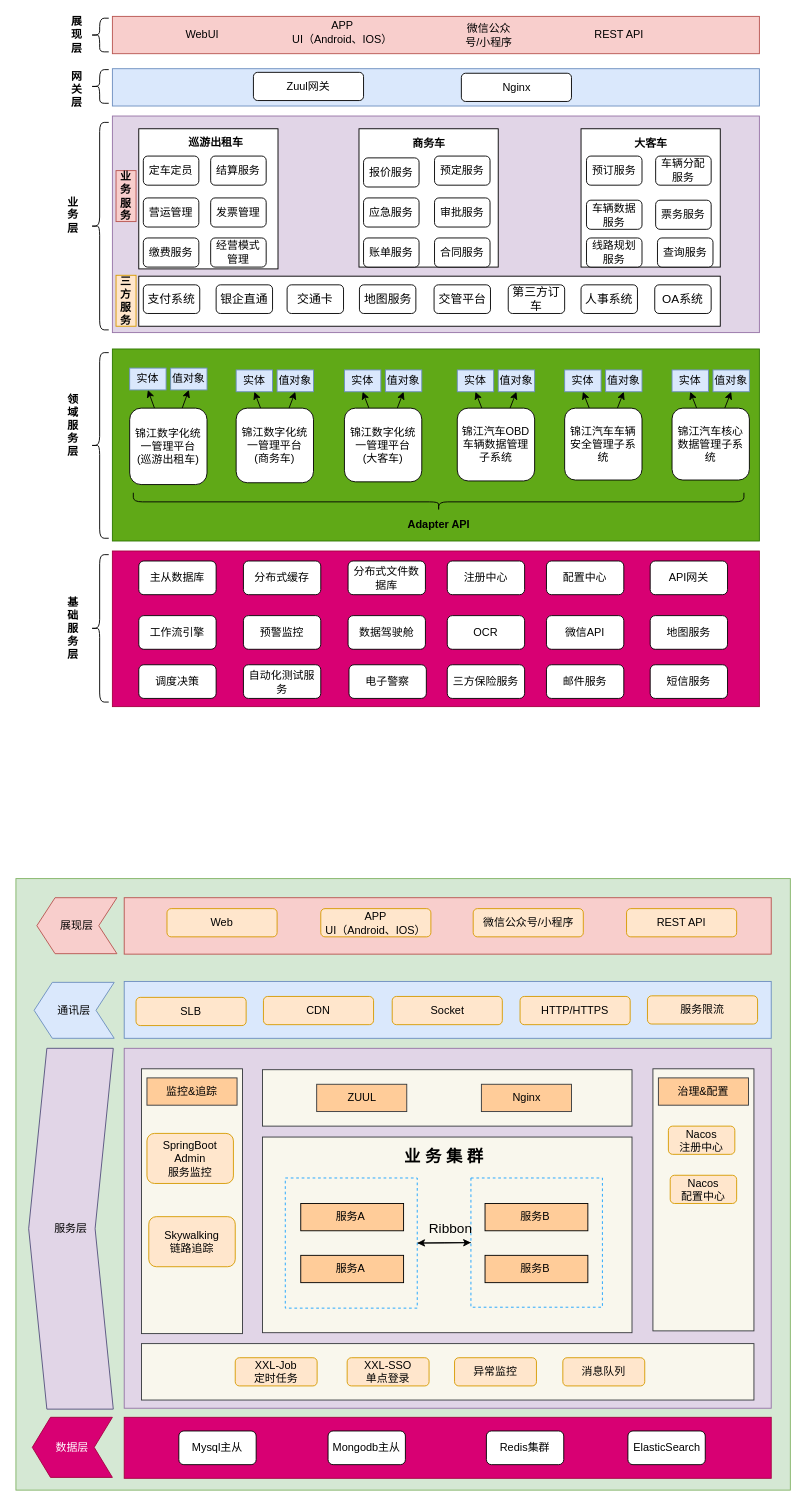
Earlier version of the draw.io diagram 客服应用架构.drawio (ammengke/my-drawio). Source tidied: cells renumbered, new cells numbered last; positions are measured from the earlier drawing's top-left corner, leaving out a move shared by most shapes. Both pictures are drawn from the tidied source at 91%, with x=0, y=0 at pixel (15, 15).
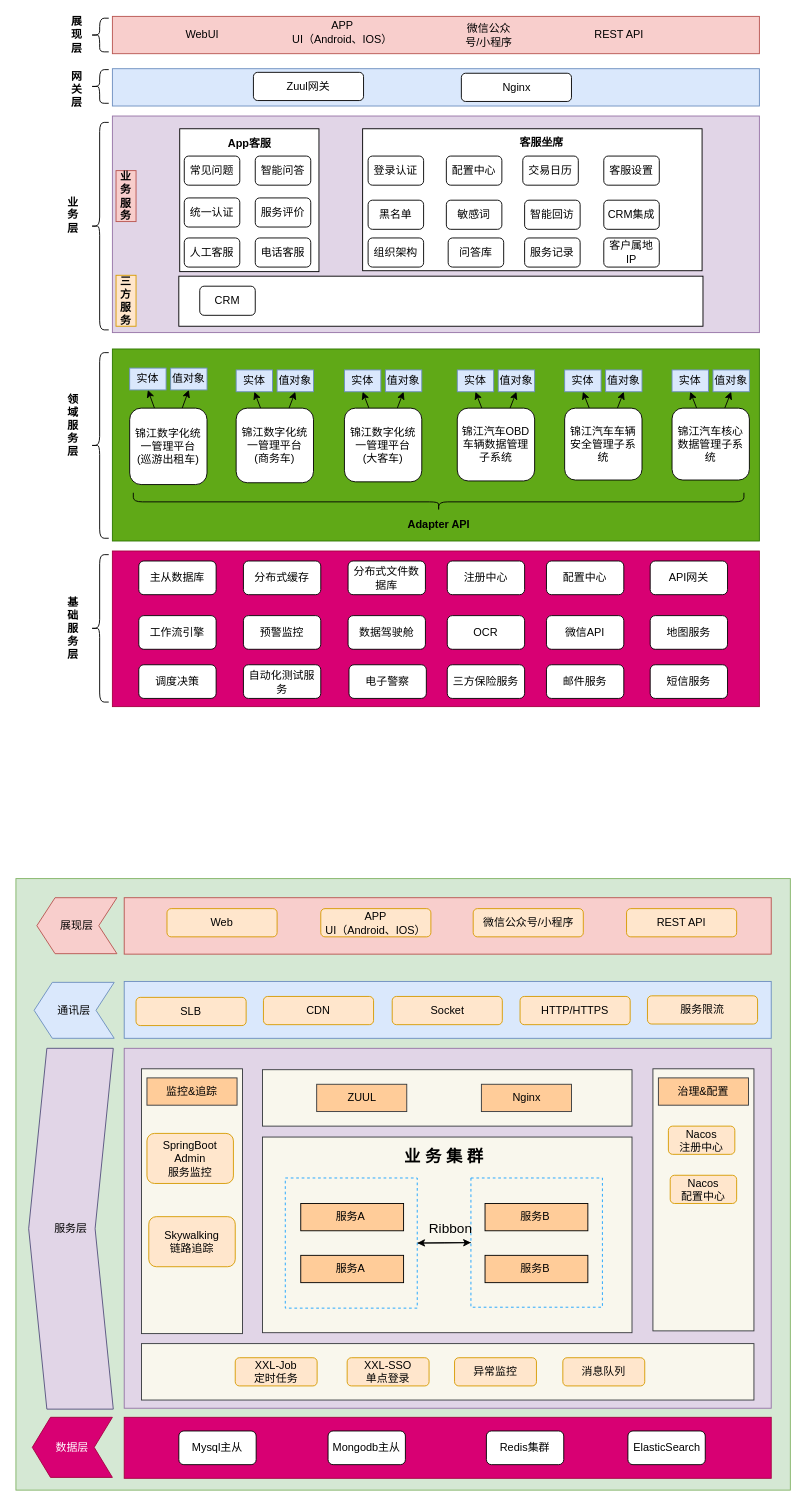
After the change.

Commit message:
更新客服应用架构.drawio

What changed in the source:
```diff
@@
-    <mxCell id="56" style="rounded=0;whiteSpace=wrap;html=1;fontColor=#000000;" parent="1" vertex="1">
-      <mxGeometry x="135" y="124" width="153" height="154" as="geometry" />
-    </mxCell>
     <mxCell id="57" style="rounded=0;whiteSpace=wrap;html=1;fontColor=#000000;" parent="1" vertex="1">
-      <mxGeometry x="377" y="124" width="153" height="152" as="geometry" />
+      <mxGeometry x="180" y="124" width="153" height="157" as="geometry" />
     </mxCell>
     <mxCell id="58" style="rounded=0;whiteSpace=wrap;html=1;fontColor=#000000;" parent="1" vertex="1">
-      <mxGeometry x="621" y="124" width="153" height="152" as="geometry" />
+      <mxGeometry x="381" y="124" width="373" height="156" as="geometry" />
     </mxCell>
-    <mxCell id="59" value="巡游出租车" style="text;html=1;strokeColor=none;fillColor=none;align=center;verticalAlign=middle;whiteSpace=wrap;rounded=0;fontColor=#000000;fontStyle=1;" parent="1" vertex="1">
-      <mxGeometry x="182" y="124" width="76" height="30" as="geometry" />
-    </mxCell>
-    <mxCell id="60" value="商务车" style="text;html=1;strokeColor=none;fillColor=none;align=center;verticalAlign=middle;whiteSpace=wrap;rounded=0;fontColor=#000000;fontStyle=1;" parent="1" vertex="1">
-      <mxGeometry x="415.5" y="126" width="76" height="30" as="geometry" />
+    <mxCell id="60" value="App客服" style="text;html=1;strokeColor=none;fillColor=none;align=center;verticalAlign=middle;whiteSpace=wrap;rounded=0;fontColor=#000000;fontStyle=1;" parent="1" vertex="1">
+      <mxGeometry x="218.5" y="126" width="76" height="30" as="geometry" />
     </mxCell>
-    <mxCell id="61" value="大客车" style="text;html=1;strokeColor=none;fillColor=none;align=center;verticalAlign=middle;whiteSpace=wrap;rounded=0;fontColor=#000000;fontStyle=1;" parent="1" vertex="1">
-      <mxGeometry x="659.5" y="126" width="76" height="30" as="geometry" />
+    <mxCell id="61" value="客服坐席" style="text;html=1;strokeColor=none;fillColor=none;align=center;verticalAlign=middle;whiteSpace=wrap;rounded=0;fontColor=#000000;fontStyle=1;" parent="1" vertex="1">
+      <mxGeometry x="540" y="124" width="76" height="30" as="geometry" />
     </mxCell>
     <mxCell id="62" style="rounded=0;whiteSpace=wrap;html=1;fontColor=#000000;" parent="1" vertex="1">
-      <mxGeometry x="135" y="286" width="639" height="55" as="geometry" />
+      <mxGeometry x="179" y="286" width="576" height="55" as="geometry" />
     </mxCell>
-    <mxCell id="63" value="定车定员" style="rounded=1;whiteSpace=wrap;html=1;fontColor=#000000;" parent="1" vertex="1">
-      <mxGeometry x="140" y="154" width="61" height="32" as="geometry" />
-    </mxCell>
-    <mxCell id="64" value="结算服务" style="rounded=1;whiteSpace=wrap;html=1;fontColor=#000000;" parent="1" vertex="1">
-      <mxGeometry x="214" y="154" width="61" height="32" as="geometry" />
-    </mxCell>
-    <mxCell id="65" value="营运管理" style="rounded=1;whiteSpace=wrap;html=1;fontColor=#000000;" parent="1" vertex="1">
-      <mxGeometry x="140" y="200" width="61" height="32" as="geometry" />
-    </mxCell>
-    <mxCell id="66" value="发票管理" style="rounded=1;whiteSpace=wrap;html=1;fontColor=#000000;" parent="1" vertex="1">
-      <mxGeometry x="214" y="200" width="61" height="32" as="geometry" />
-    </mxCell>
-    <mxCell id="67" value="缴费服务" style="rounded=1;whiteSpace=wrap;html=1;fontColor=#000000;" parent="1" vertex="1">
-      <mxGeometry x="140" y="244" width="61" height="32" as="geometry" />
-    </mxCell>
-    <mxCell id="68" value="经营模式管理" style="rounded=1;whiteSpace=wrap;html=1;fontColor=#000000;" parent="1" vertex="1">
-      <mxGeometry x="214" y="244" width="61" height="32" as="geometry" />
-    </mxCell>
-    <mxCell id="69" value="报价服务" style="rounded=1;whiteSpace=wrap;html=1;fontColor=#000000;" parent="1" vertex="1">
-      <mxGeometry x="382" y="156" width="61" height="32" as="geometry" />
+    <mxCell id="69" value="常见问题" style="rounded=1;whiteSpace=wrap;html=1;fontColor=#000000;" parent="1" vertex="1">
+      <mxGeometry x="185" y="154" width="61" height="32" as="geometry" />
     </mxCell>
-    <mxCell id="70" value="预定服务" style="rounded=1;whiteSpace=wrap;html=1;fontColor=#000000;" parent="1" vertex="1">
-      <mxGeometry x="460" y="154" width="61" height="32" as="geometry" />
+    <mxCell id="70" value="智能问答" style="rounded=1;whiteSpace=wrap;html=1;fontColor=#000000;" parent="1" vertex="1">
+      <mxGeometry x="263" y="154" width="61" height="32" as="geometry" />
     </mxCell>
-    <mxCell id="71" value="应急服务" style="rounded=1;whiteSpace=wrap;html=1;fontColor=#000000;" parent="1" vertex="1">
-      <mxGeometry x="382" y="200" width="61" height="32" as="geometry" />
+    <mxCell id="71" value="统一认证" style="rounded=1;whiteSpace=wrap;html=1;fontColor=#000000;" parent="1" vertex="1">
+      <mxGeometry x="185" y="200" width="61" height="32" as="geometry" />
     </mxCell>
-    <mxCell id="72" value="审批服务" style="rounded=1;whiteSpace=wrap;html=1;fontColor=#000000;" parent="1" vertex="1">
-      <mxGeometry x="460" y="200" width="61" height="32" as="geometry" />
+    <mxCell id="72" value="服务评价" style="rounded=1;whiteSpace=wrap;html=1;fontColor=#000000;" parent="1" vertex="1">
+      <mxGeometry x="263" y="200" width="61" height="32" as="geometry" />
     </mxCell>
-    <mxCell id="73" value="账单服务" style="rounded=1;whiteSpace=wrap;html=1;fontColor=#000000;" parent="1" vertex="1">
-      <mxGeometry x="382" y="244" width="61" height="32" as="geometry" />
+    <mxCell id="73" value="人工客服" style="rounded=1;whiteSpace=wrap;html=1;fontColor=#000000;" parent="1" vertex="1">
+      <mxGeometry x="185" y="244" width="61" height="32" as="geometry" />
     </mxCell>
-    <mxCell id="74" value="合同服务" style="rounded=1;whiteSpace=wrap;html=1;fontColor=#000000;" parent="1" vertex="1">
-      <mxGeometry x="460" y="244" width="61" height="32" as="geometry" />
+    <mxCell id="74" value="电话客服" style="rounded=1;whiteSpace=wrap;html=1;fontColor=#000000;" parent="1" vertex="1">
+      <mxGeometry x="263" y="244" width="61" height="32" as="geometry" />
     </mxCell>
-    <mxCell id="75" value="预订服务" style="rounded=1;whiteSpace=wrap;html=1;fontColor=#000000;" parent="1" vertex="1">
-      <mxGeometry x="627" y="154" width="61" height="32" as="geometry" />
+    <mxCell id="75" value="登录认证" style="rounded=1;whiteSpace=wrap;html=1;fontColor=#000000;" parent="1" vertex="1">
+      <mxGeometry x="387" y="154" width="61" height="32" as="geometry" />
     </mxCell>
-    <mxCell id="76" value="车辆分配服务" style="rounded=1;whiteSpace=wrap;html=1;fontColor=#000000;" parent="1" vertex="1">
-      <mxGeometry x="703" y="154" width="61" height="32" as="geometry" />
+    <mxCell id="76" value="配置中心" style="rounded=1;whiteSpace=wrap;html=1;fontColor=#000000;" parent="1" vertex="1">
+      <mxGeometry x="473" y="154" width="61" height="32" as="geometry" />
     </mxCell>
-    <mxCell id="77" value="车辆数据服务" style="rounded=1;whiteSpace=wrap;html=1;fontColor=#000000;" parent="1" vertex="1">
-      <mxGeometry x="627" y="202.5" width="61" height="32" as="geometry" />
+    <mxCell id="77" value="黑名单" style="rounded=1;whiteSpace=wrap;html=1;fontColor=#000000;" parent="1" vertex="1">
+      <mxGeometry x="387" y="202.5" width="61" height="32" as="geometry" />
     </mxCell>
-    <mxCell id="78" value="票务服务" style="rounded=1;whiteSpace=wrap;html=1;fontColor=#000000;" parent="1" vertex="1">
-      <mxGeometry x="703" y="202.5" width="61" height="32" as="geometry" />
+    <mxCell id="78" value="敏感词" style="rounded=1;whiteSpace=wrap;html=1;fontColor=#000000;" parent="1" vertex="1">
+      <mxGeometry x="473" y="202.5" width="61" height="32" as="geometry" />
     </mxCell>
-    <mxCell id="79" value="线路规划服务" style="rounded=1;whiteSpace=wrap;html=1;fontColor=#000000;" parent="1" vertex="1">
-      <mxGeometry x="627" y="244" width="61" height="32" as="geometry" />
+    <mxCell id="79" value="组织架构" style="rounded=1;whiteSpace=wrap;html=1;fontColor=#000000;" parent="1" vertex="1">
+      <mxGeometry x="387" y="244" width="61" height="32" as="geometry" />
     </mxCell>
-    <mxCell id="80" value="查询服务" style="rounded=1;whiteSpace=wrap;html=1;fontColor=#000000;" parent="1" vertex="1">
-      <mxGeometry x="705" y="244" width="61" height="32" as="geometry" />
+    <mxCell id="80" value="问答库" style="rounded=1;whiteSpace=wrap;html=1;fontColor=#000000;" parent="1" vertex="1">
+      <mxGeometry x="475" y="244" width="61" height="32" as="geometry" />
     </mxCell>
-    <mxCell id="81" value="支付系统" style="rounded=1;whiteSpace=wrap;html=1;fontSize=13;" parent="1" vertex="1">
-      <mxGeometry x="140" y="295.5" width="62" height="31.5" as="geometry" />
-    </mxCell>
-    <mxCell id="82" value="银企直通" style="rounded=1;whiteSpace=wrap;html=1;fontSize=13;" parent="1" vertex="1">
-      <mxGeometry x="220" y="295.5" width="62" height="31.5" as="geometry" />
-    </mxCell>
-    <mxCell id="83" value="交通卡" style="rounded=1;whiteSpace=wrap;html=1;fontSize=13;" parent="1" vertex="1">
-      <mxGeometry x="298" y="295.5" width="62" height="31.5" as="geometry" />
-    </mxCell>
-    <mxCell id="84" value="地图服务" style="rounded=1;whiteSpace=wrap;html=1;fontSize=13;" parent="1" vertex="1">
-      <mxGeometry x="377.5" y="295.5" width="62" height="31.5" as="geometry" />
-    </mxCell>
-    <mxCell id="85" value="交管平台" style="rounded=1;whiteSpace=wrap;html=1;fontSize=13;" parent="1" vertex="1">
-      <mxGeometry x="459.5" y="295.5" width="62" height="31.5" as="geometry" />
-    </mxCell>
-    <mxCell id="86" value="第三方订车" style="rounded=1;whiteSpace=wrap;html=1;fontSize=13;" parent="1" vertex="1">
-      <mxGeometry x="541" y="295.5" width="62" height="31.5" as="geometry" />
-    </mxCell>
-    <mxCell id="87" value="人事系统" style="rounded=1;whiteSpace=wrap;html=1;fontSize=13;" parent="1" vertex="1">
-      <mxGeometry x="621" y="295.5" width="62" height="31.5" as="geometry" />
-    </mxCell>
@@
-    <mxCell id="102" value="OA系统" style="rounded=1;whiteSpace=wrap;html=1;fontSize=13;" parent="1" vertex="1">
-      <mxGeometry x="702" y="295.5" width="62" height="31.5" as="geometry" />
-    </mxCell>
@@
+    <mxCell id="157" value="交易日历" style="rounded=1;whiteSpace=wrap;html=1;fontColor=#000000;" parent="1" vertex="1">
+      <mxGeometry x="557" y="154" width="61" height="32" as="geometry" />
+    </mxCell>
+    <mxCell id="158" value="智能回访" style="rounded=1;whiteSpace=wrap;html=1;fontColor=#000000;" parent="1" vertex="1">
+      <mxGeometry x="559" y="202.5" width="61" height="32" as="geometry" />
+    </mxCell>
+    <mxCell id="159" value="服务记录" style="rounded=1;whiteSpace=wrap;html=1;fontColor=#000000;" parent="1" vertex="1">
+      <mxGeometry x="559" y="244" width="61" height="32" as="geometry" />
+    </mxCell>
+    <mxCell id="160" value="客服设置" style="rounded=1;whiteSpace=wrap;html=1;fontColor=#000000;" parent="1" vertex="1">
+      <mxGeometry x="646" y="154" width="61" height="32" as="geometry" />
+    </mxCell>
+    <mxCell id="161" value="CRM集成" style="rounded=1;whiteSpace=wrap;html=1;fontColor=#000000;" parent="1" vertex="1">
+      <mxGeometry x="646" y="202.5" width="61" height="32" as="geometry" />
+    </mxCell>
+    <mxCell id="162" value="客户属地IP" style="rounded=1;whiteSpace=wrap;html=1;fontColor=#000000;" parent="1" vertex="1">
+      <mxGeometry x="646" y="244" width="61" height="32" as="geometry" />
+    </mxCell>
+    <mxCell id="163" value="CRM" style="rounded=1;whiteSpace=wrap;html=1;fontColor=#000000;" parent="1" vertex="1">
+      <mxGeometry x="202" y="297" width="61" height="32" as="geometry" />
+    </mxCell>
```
